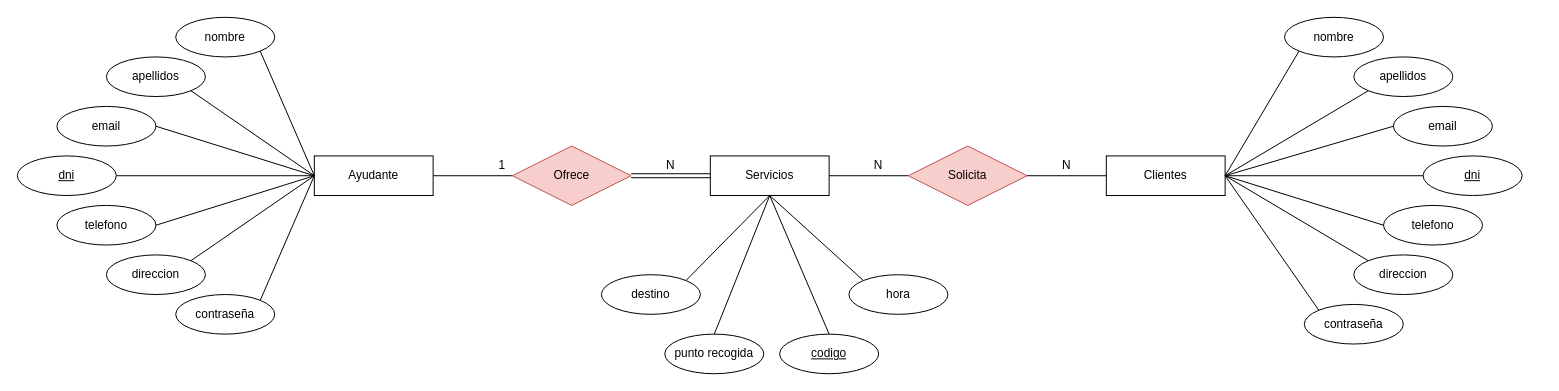
The draw.io diagram Diagrama_ER/BeKind_ER.drawio in mrnaval/Proyecto_BeKind, before the edit. Source tidied: cells renumbered, new cells numbered last; positions are measured from the earlier drawing's top-left corner, leaving out a move shared by most shapes. Both pictures are drawn from the tidied source at 99%, with x=0, y=0 at pixel (17, 17).
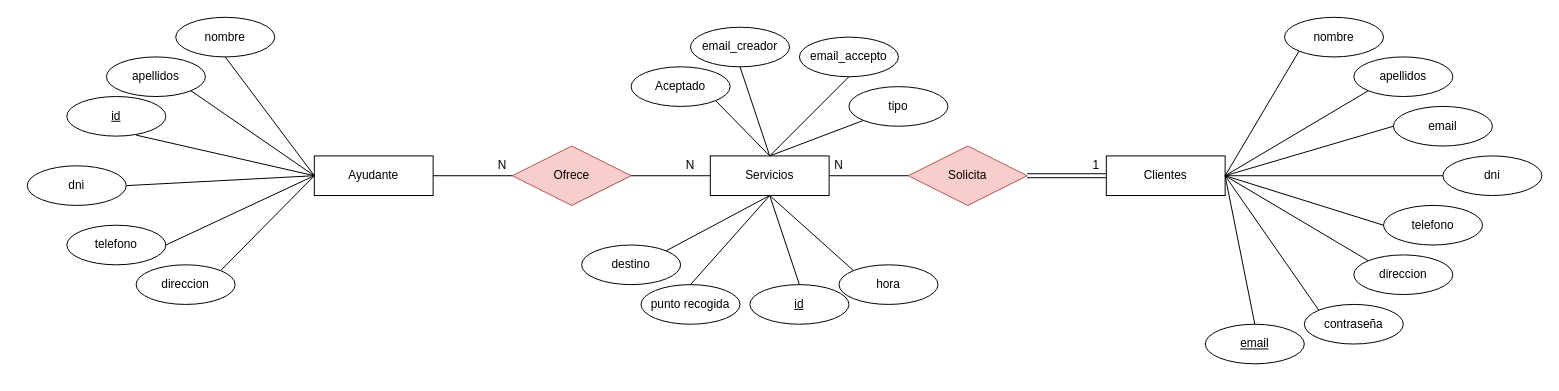
Above is the later version.

Unchanged cells that the change refers to:
```xml
<mxCell id="2" value="Ofrece" style="shape=rhombus;perimeter=rhombusPerimeter;whiteSpace=wrap;html=1;align=center;fillColor=#f8cecc;strokeColor=#b85450;" parent="1" vertex="1">
  <mxGeometry x="500" y="130" width="120" height="60" as="geometry" />
</mxCell>
<mxCell id="3" value="nombre" style="ellipse;whiteSpace=wrap;html=1;align=center;" parent="1" vertex="1">
  <mxGeometry x="160" width="100" height="40" as="geometry" />
</mxCell>
<mxCell id="4" value="Ayudante" style="whiteSpace=wrap;html=1;align=center;" parent="1" vertex="1">
  <mxGeometry x="300" y="140" width="120" height="40" as="geometry" />
</mxCell>
<mxCell id="5" value="Clientes" style="whiteSpace=wrap;html=1;align=center;" parent="1" vertex="1">
  <mxGeometry x="1100" y="140" width="120" height="40" as="geometry" />
</mxCell>
<mxCell id="35" value="Servicios" style="rounded=0;whiteSpace=wrap;html=1;" parent="1" vertex="1">
  <mxGeometry x="700" y="140" width="120" height="40" as="geometry" />
</mxCell>
<mxCell id="36" value="Solicita" style="shape=rhombus;perimeter=rhombusPerimeter;whiteSpace=wrap;html=1;align=center;fillColor=#f8cecc;strokeColor=#b85450;" parent="1" vertex="1">
  <mxGeometry x="900" y="130" width="120" height="60" as="geometry" />
</mxCell>
```

The edit, as a diff of the source:
```diff
@@
     <mxCell id="7" value="direccion" style="ellipse;whiteSpace=wrap;html=1;align=center;" parent="1" vertex="1">
-      <mxGeometry x="90" y="240" width="100" height="40" as="geometry" />
+      <mxGeometry x="120" y="250" width="100" height="40" as="geometry" />
     </mxCell>
-    <mxCell id="8" value="email" style="ellipse;whiteSpace=wrap;html=1;align=center;" parent="1" vertex="1">
-      <mxGeometry x="40" y="90" width="100" height="40" as="geometry" />
-    </mxCell>
     <mxCell id="9" value="telefono" style="ellipse;whiteSpace=wrap;html=1;align=center;" parent="1" vertex="1">
-      <mxGeometry x="40" y="190" width="100" height="40" as="geometry" />
+      <mxGeometry x="50" y="210" width="100" height="40" as="geometry" />
     </mxCell>
-    <mxCell id="10" value="contraseña" style="ellipse;whiteSpace=wrap;html=1;align=center;" parent="1" vertex="1">
-      <mxGeometry x="160" y="280" width="100" height="40" as="geometry" />
-    </mxCell>
-    <mxCell id="11" style="endArrow=none;html=1;rounded=0;entryX=0;entryY=0.5;entryDx=0;entryDy=0;exitX=1;exitY=0.5;exitDx=0;exitDy=0;" parent="1" edge="1" source="8" target="4">
+    <mxCell id="11" style="endArrow=none;html=1;rounded=0;entryX=0;entryY=0.5;entryDx=0;entryDy=0;exitX=0.7;exitY=0.975;exitDx=0;exitDy=0;exitPerimeter=0;" parent="1" edge="1" source="62" target="4">
       <mxGeometry relative="1" as="geometry" />
     </mxCell>
-    <mxCell id="12" style="endArrow=none;html=1;rounded=0;entryX=0;entryY=0.5;entryDx=0;entryDy=0;strokeWidth=1;exitX=1;exitY=1;exitDx=0;exitDy=0;" parent="1" edge="1" source="3" target="4">
+    <mxCell id="12" style="endArrow=none;html=1;rounded=0;entryX=0;entryY=0.5;entryDx=0;entryDy=0;strokeWidth=1;exitX=0.5;exitY=1;exitDx=0;exitDy=0;" parent="1" edge="1" source="3" target="4">
       <mxGeometry relative="1" as="geometry" />
     </mxCell>
@@
-    <mxCell id="14" style="endArrow=none;html=1;rounded=0;exitX=1;exitY=0.5;exitDx=0;exitDy=0;strokeWidth=1;" parent="1" edge="1" source="18">
+    <mxCell id="14" style="endArrow=none;html=1;rounded=0;exitX=1;exitY=0.5;exitDx=0;exitDy=0;strokeWidth=1;" parent="1" edge="1" source="59">
       <mxGeometry relative="1" as="geometry">
         <mxPoint x="300" y="160" as="targetPoint" />
       </mxGeometry>
     </mxCell>
@@
-    <mxCell id="17" style="endArrow=none;html=1;rounded=0;exitX=1;exitY=0;exitDx=0;exitDy=0;entryX=0;entryY=0.5;entryDx=0;entryDy=0;strokeWidth=1;" parent="1" edge="1" source="10" target="4">
-      <mxGeometry relative="1" as="geometry" />
-    </mxCell>
-    <mxCell id="18" value="dni" style="ellipse;whiteSpace=wrap;html=1;align=center;fontStyle=4;gradientColor=none;" parent="1" vertex="1">
-      <mxGeometry y="140" width="100" height="40" as="geometry" />
-    </mxCell>
@@
-    <mxCell id="29" style="endArrow=none;html=1;rounded=0;strokeWidth=1;exitX=0;exitY=0.5;exitDx=0;exitDy=0;entryX=1;entryY=0.5;entryDx=0;entryDy=0;" parent="1" edge="1" source="33" target="5">
+    <mxCell id="29" style="endArrow=none;html=1;rounded=0;strokeWidth=1;exitX=0;exitY=0.5;exitDx=0;exitDy=0;entryX=1;entryY=0.5;entryDx=0;entryDy=0;" parent="1" edge="1" source="61" target="5">
       <mxGeometry relative="1" as="geometry" />
     </mxCell>
@@
-    <mxCell id="33" value="dni" style="ellipse;whiteSpace=wrap;html=1;align=center;fontStyle=4;gradientColor=none;" parent="1" vertex="1">
-      <mxGeometry x="1420" y="140" width="100" height="40" as="geometry" />
-    </mxCell>
     <mxCell id="34" value="1" style="text;html=1;strokeColor=none;fillColor=none;align=center;verticalAlign=middle;whiteSpace=wrap;rounded=0;" parent="1" vertex="1">
-      <mxGeometry x="470" y="140" width="40" height="20" as="geometry" />
+      <mxGeometry x="1070" y="140" width="40" height="20" as="geometry" />
     </mxCell>
@@
-    <mxCell id="37" style="endArrow=none;html=1;rounded=0;exitX=1;exitY=0.5;exitDx=0;exitDy=0;strokeWidth=1;entryX=0;entryY=0.5;entryDx=0;entryDy=0;" parent="1" edge="1" source="36" target="5">
-      <mxGeometry relative="1" as="geometry" />
+    <mxCell id="37" style="endArrow=none;html=1;rounded=0;exitX=1;exitY=0.5;exitDx=0;exitDy=0;strokeWidth=1;" parent="1" edge="1" source="2">
+      <mxGeometry relative="1" as="geometry">
+        <mxPoint x="700" y="160" as="targetPoint" />
+      </mxGeometry>
     </mxCell>
@@
     <mxCell id="39" value="N" style="text;html=1;strokeColor=none;fillColor=none;align=center;verticalAlign=middle;whiteSpace=wrap;rounded=0;" parent="1" vertex="1">
-      <mxGeometry x="640" y="140" width="40" height="20" as="geometry" />
+      <mxGeometry x="810" y="140" width="40" height="20" as="geometry" />
     </mxCell>
     <mxCell id="40" value="N" style="text;html=1;strokeColor=none;fillColor=none;align=center;verticalAlign=middle;whiteSpace=wrap;rounded=0;" parent="1" vertex="1">
-      <mxGeometry x="850" y="140" width="40" height="20" as="geometry" />
+      <mxGeometry x="660" y="140" width="40" height="20" as="geometry" />
     </mxCell>
     <mxCell id="41" value="N" style="text;html=1;strokeColor=none;fillColor=none;align=center;verticalAlign=middle;whiteSpace=wrap;rounded=0;" parent="1" vertex="1">
-      <mxGeometry x="1040" y="140" width="40" height="20" as="geometry" />
+      <mxGeometry x="470" y="140" width="40" height="20" as="geometry" />
     </mxCell>
-    <mxCell id="42" style="shape=link;html=1;exitX=1;exitY=0.5;exitDx=0;exitDy=0;entryX=0;entryY=0.5;entryDx=0;entryDy=0;" parent="1" edge="1" source="2" target="35">
+    <mxCell id="42" style="shape=link;html=1;exitX=1;exitY=0.5;exitDx=0;exitDy=0;entryX=0;entryY=0.5;entryDx=0;entryDy=0;" parent="1" edge="1" source="36" target="5">
       <mxGeometry relative="1" as="geometry" />
     </mxCell>
     <mxCell id="43" value="punto recogida" style="ellipse;whiteSpace=wrap;html=1;align=center;" parent="1" vertex="1">
-      <mxGeometry x="654" y="320" width="100" height="40" as="geometry" />
+      <mxGeometry x="630" y="270" width="100" height="40" as="geometry" />
     </mxCell>
-    <mxCell id="44" value="codigo" style="ellipse;whiteSpace=wrap;html=1;align=center;fontStyle=4;gradientColor=none;" parent="1" vertex="1">
-      <mxGeometry x="770" y="320" width="100" height="40" as="geometry" />
+    <mxCell id="44" value="id" style="ellipse;whiteSpace=wrap;html=1;align=center;fontStyle=4;gradientColor=none;" parent="1" vertex="1">
+      <mxGeometry x="740" y="270" width="100" height="40" as="geometry" />
     </mxCell>
     <mxCell id="45" value="destino" style="ellipse;whiteSpace=wrap;html=1;align=center;" parent="1" vertex="1">
-      <mxGeometry x="590" y="260" width="100" height="40" as="geometry" />
+      <mxGeometry x="570" y="230" width="100" height="40" as="geometry" />
     </mxCell>
     <mxCell id="46" value="hora" style="ellipse;whiteSpace=wrap;html=1;align=center;" parent="1" vertex="1">
-      <mxGeometry x="840" y="260" width="100" height="40" as="geometry" />
+      <mxGeometry x="830" y="250" width="100" height="40" as="geometry" />
     </mxCell>
@@
+    <mxCell id="51" value="email_creador" style="ellipse;whiteSpace=wrap;html=1;align=center;" parent="1" vertex="1">
+      <mxGeometry x="680" y="10" width="100" height="40" as="geometry" />
+    </mxCell>
+    <mxCell id="52" value="email_accepto" style="ellipse;whiteSpace=wrap;html=1;align=center;" parent="1" vertex="1">
+      <mxGeometry x="790" y="20" width="100" height="40" as="geometry" />
+    </mxCell>
+    <mxCell id="53" value="tipo" style="ellipse;whiteSpace=wrap;html=1;align=center;" parent="1" vertex="1">
+      <mxGeometry x="840" y="70" width="100" height="40" as="geometry" />
+    </mxCell>
+    <mxCell id="54" value="Aceptado" style="ellipse;whiteSpace=wrap;html=1;align=center;" parent="1" vertex="1">
+      <mxGeometry x="620" y="50" width="100" height="40" as="geometry" />
+    </mxCell>
+    <mxCell id="55" style="endArrow=none;html=1;exitX=1;exitY=1;exitDx=0;exitDy=0;entryX=0.5;entryY=0;entryDx=0;entryDy=0;" parent="1" edge="1" source="54" target="35">
+      <mxGeometry relative="1" as="geometry" />
+    </mxCell>
+    <mxCell id="56" style="endArrow=none;html=1;entryX=0.5;entryY=1;entryDx=0;entryDy=0;exitX=0.5;exitY=0;exitDx=0;exitDy=0;" parent="1" edge="1" source="35" target="51">
+      <mxGeometry relative="1" as="geometry" />
+    </mxCell>
+    <mxCell id="57" style="endArrow=none;html=1;entryX=0.5;entryY=1;entryDx=0;entryDy=0;exitX=0.5;exitY=0;exitDx=0;exitDy=0;" parent="1" edge="1" source="35" target="52">
+      <mxGeometry relative="1" as="geometry" />
+    </mxCell>
+    <mxCell id="58" style="endArrow=none;html=1;entryX=0;entryY=1;entryDx=0;entryDy=0;exitX=0.5;exitY=0;exitDx=0;exitDy=0;" parent="1" edge="1" source="35" target="53">
+      <mxGeometry relative="1" as="geometry" />
+    </mxCell>
+    <mxCell id="59" value="dni" style="ellipse;whiteSpace=wrap;html=1;align=center;" parent="1" vertex="1">
+      <mxGeometry x="10" y="150" width="100" height="40" as="geometry" />
+    </mxCell>
+    <mxCell id="60" style="endArrow=none;html=1;rounded=0;strokeWidth=1;exitX=0.5;exitY=0;exitDx=0;exitDy=0;entryX=1;entryY=0.5;entryDx=0;entryDy=0;" parent="1" edge="1" source="8" target="5">
+      <mxGeometry relative="1" as="geometry" />
+    </mxCell>
+    <mxCell id="61" value="dni" style="ellipse;whiteSpace=wrap;html=1;align=center;" parent="1" vertex="1">
+      <mxGeometry x="1440" y="140" width="100" height="40" as="geometry" />
+    </mxCell>
+    <mxCell id="8" value="email" style="ellipse;whiteSpace=wrap;html=1;align=center;fontStyle=4;gradientColor=none;" parent="1" vertex="1">
+      <mxGeometry x="1200" y="310" width="100" height="40" as="geometry" />
+    </mxCell>
+    <mxCell id="62" value="id" style="ellipse;whiteSpace=wrap;html=1;align=center;fontStyle=4;gradientColor=none;" parent="1" vertex="1">
+      <mxGeometry x="50" y="80" width="100" height="40" as="geometry" />
+    </mxCell>
```
